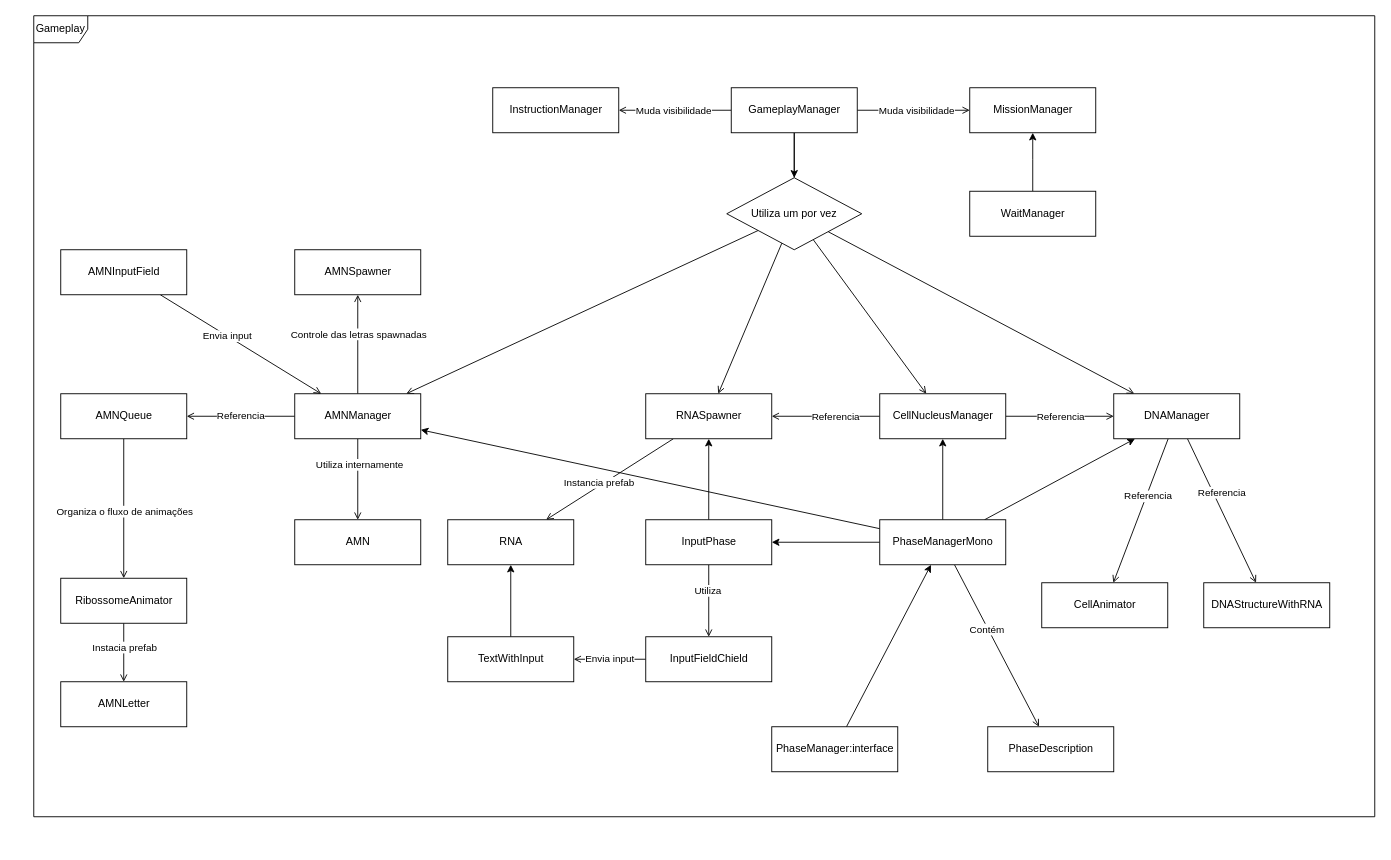
Earlier version of the draw.io diagram Assets/Game/Data/Class.drawio (Jean-Delfino/EIC-Sintetizando). Source tidied: cells renumbered, new cells numbered last; positions are measured from the earlier drawing's top-left corner, leaving out a move shared by most shapes. Both pictures are drawn from the tidied source at 90%, with x=0, y=0 at pixel (33, 15).
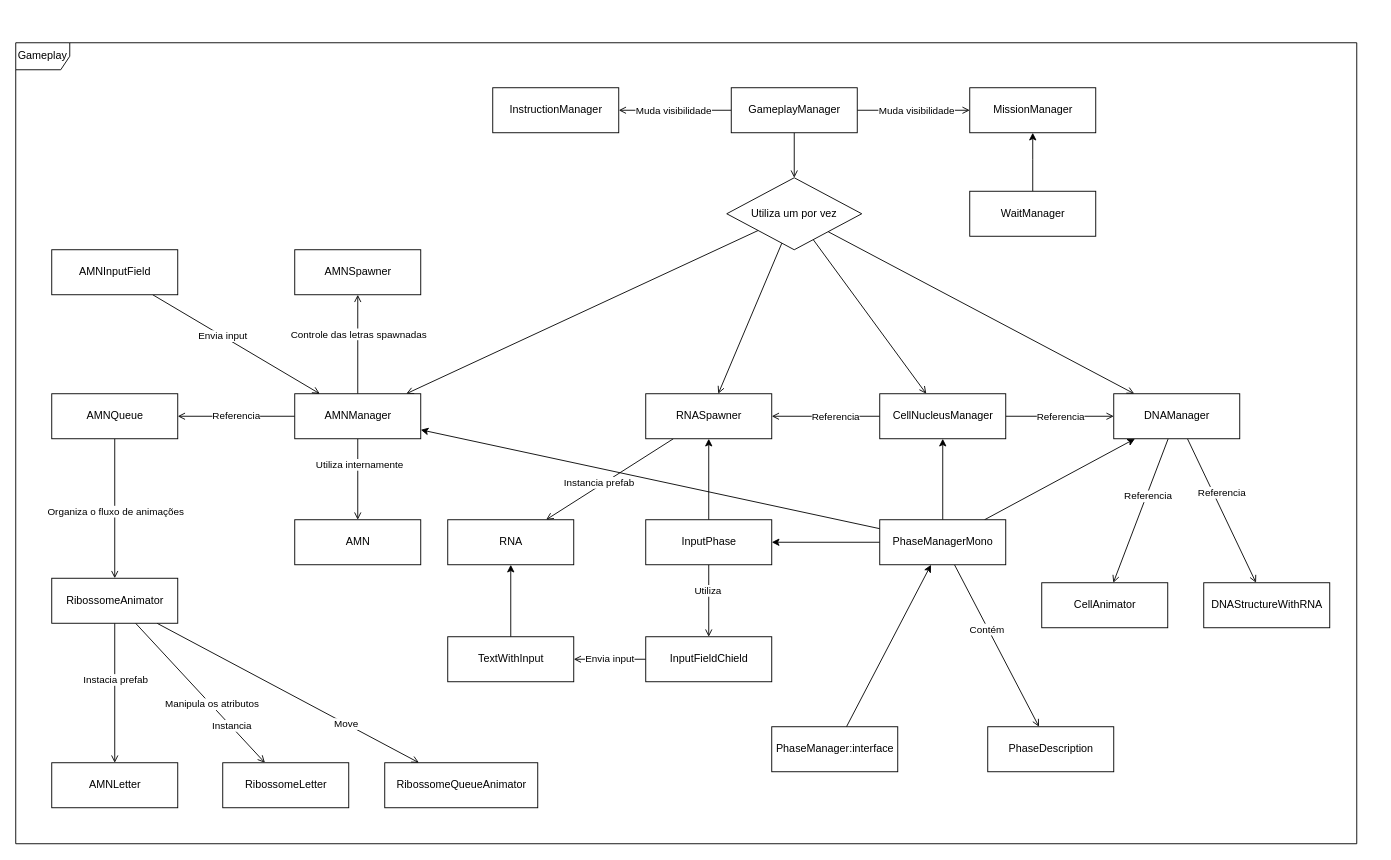
The same page after the edit.

The change refers to these unchanged cells:
```xml
<mxCell id="19" value="GameplayManager" style="html=1;" parent="1" vertex="1">
  <mxGeometry x="775" y="80" width="140" height="50" as="geometry" />
</mxCell>
<mxCell id="28" value="Utiliza um por vez" style="shape=rhombus;perimeter=rhombusPerimeter;whiteSpace=wrap;html=1;align=center;" parent="1" vertex="1">
  <mxGeometry x="770" y="180" width="150" height="80" as="geometry" />
</mxCell>
```

Diff of the diagram source:
```diff
@@
     <mxCell id="2" value="Gameplay" style="shape=umlFrame;whiteSpace=wrap;html=1;" parent="1" vertex="1">
-      <mxGeometry width="1490" height="890" as="geometry" />
+      <mxGeometry x="-20" y="30" width="1490" height="890" as="geometry" />
     </mxCell>
@@
-    <mxCell id="15" style="edgeStyle=none;rounded=0;jettySize=auto;html=1;" parent="1" edge="1" source="19" target="28">
-      <mxGeometry relative="1" as="geometry" />
-    </mxCell>
-    <mxCell id="16" style="edgeStyle=none;rounded=0;jettySize=auto;html=1;endArrow=none;endFill=0;" parent="1" edge="1" source="19" target="28">
-      <mxGeometry relative="1" as="geometry" />
-    </mxCell>
@@
+    <mxCell id="71" style="edgeStyle=orthogonalEdgeStyle;rounded=0;jettySize=auto;html=1;startArrow=none;startFill=0;endArrow=open;endFill=0;" parent="1" edge="1" source="19" target="28">
+      <mxGeometry relative="1" as="geometry" />
+    </mxCell>
@@
     <mxCell id="61" value="AMNQueue" style="html=1;" parent="1" vertex="1">
-      <mxGeometry x="30" y="420" width="140" height="50" as="geometry" />
+      <mxGeometry x="20" y="420" width="140" height="50" as="geometry" />
     </mxCell>
@@
+    <mxCell id="72" style="rounded=0;jettySize=auto;html=1;startArrow=none;startFill=0;endArrow=open;endFill=0;" parent="1" edge="1" source="64" target="77">
+      <mxGeometry relative="1" as="geometry" />
+    </mxCell>
+    <mxCell id="73" value="Move" style="edgeLabel;html=1;align=center;verticalAlign=middle;" parent="72" vertex="1">
+      <mxGeometry x="0.44" relative="1" as="geometry" />
+    </mxCell>
+    <mxCell id="74" style="edgeStyle=none;rounded=0;jettySize=auto;html=1;startArrow=none;startFill=0;endArrow=open;endFill=0;" parent="1" edge="1" source="64" target="78">
+      <mxGeometry relative="1" as="geometry" />
+    </mxCell>
+    <mxCell id="75" value="Manipula os atributos" style="edgeLabel;html=1;align=center;verticalAlign=middle;" parent="74" vertex="1">
+      <mxGeometry x="0.16" y="1" relative="1" as="geometry" />
+    </mxCell>
+    <mxCell id="76" value="Instancia" style="edgeLabel;html=1;align=center;verticalAlign=middle;" parent="74" vertex="1">
+      <mxGeometry x="0.47" y="1" relative="1" as="geometry" />
+    </mxCell>
     <mxCell id="64" value="RibossomeAnimator" style="html=1;" parent="1" vertex="1">
-      <mxGeometry x="30" y="625" width="140" height="50" as="geometry" />
+      <mxGeometry x="20" y="625" width="140" height="50" as="geometry" />
     </mxCell>
     <mxCell id="65" value="AMNLetter" style="html=1;" parent="1" vertex="1">
-      <mxGeometry x="30" y="740" width="140" height="50" as="geometry" />
+      <mxGeometry x="20" y="830" width="140" height="50" as="geometry" />
     </mxCell>
@@
     <mxCell id="68" value="AMNInputField" style="html=1;" parent="1" vertex="1">
-      <mxGeometry x="30" y="260" width="140" height="50" as="geometry" />
+      <mxGeometry x="20" y="260" width="140" height="50" as="geometry" />
     </mxCell>
@@
+    <mxCell id="77" value="RibossomeQueueAnimator" style="html=1;" parent="1" vertex="1">
+      <mxGeometry x="390" y="830" width="170" height="50" as="geometry" />
+    </mxCell>
+    <mxCell id="78" value="RibossomeLetter" style="html=1;" parent="1" vertex="1">
+      <mxGeometry x="210" y="830" width="140" height="50" as="geometry" />
+    </mxCell>
```
